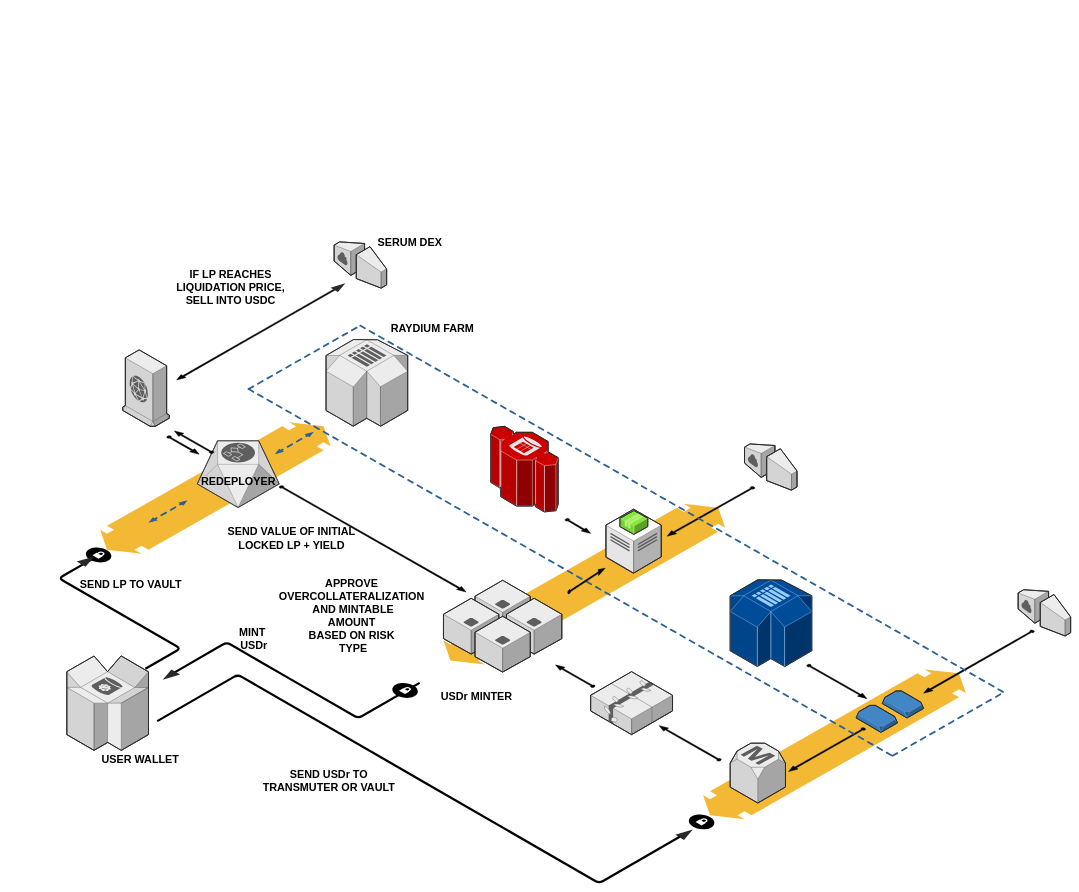
The draw.io diagram Untitled Diagram.drawio in RatioFinance/Documentation, before the edit. Source tidied: cells renumbered, new cells numbered last; positions are measured from the earlier drawing's top-left corner, leaving out a move shared by most shapes. Both pictures are drawn from the tidied source at 45%, with x=0, y=0 at pixel (67, 234).
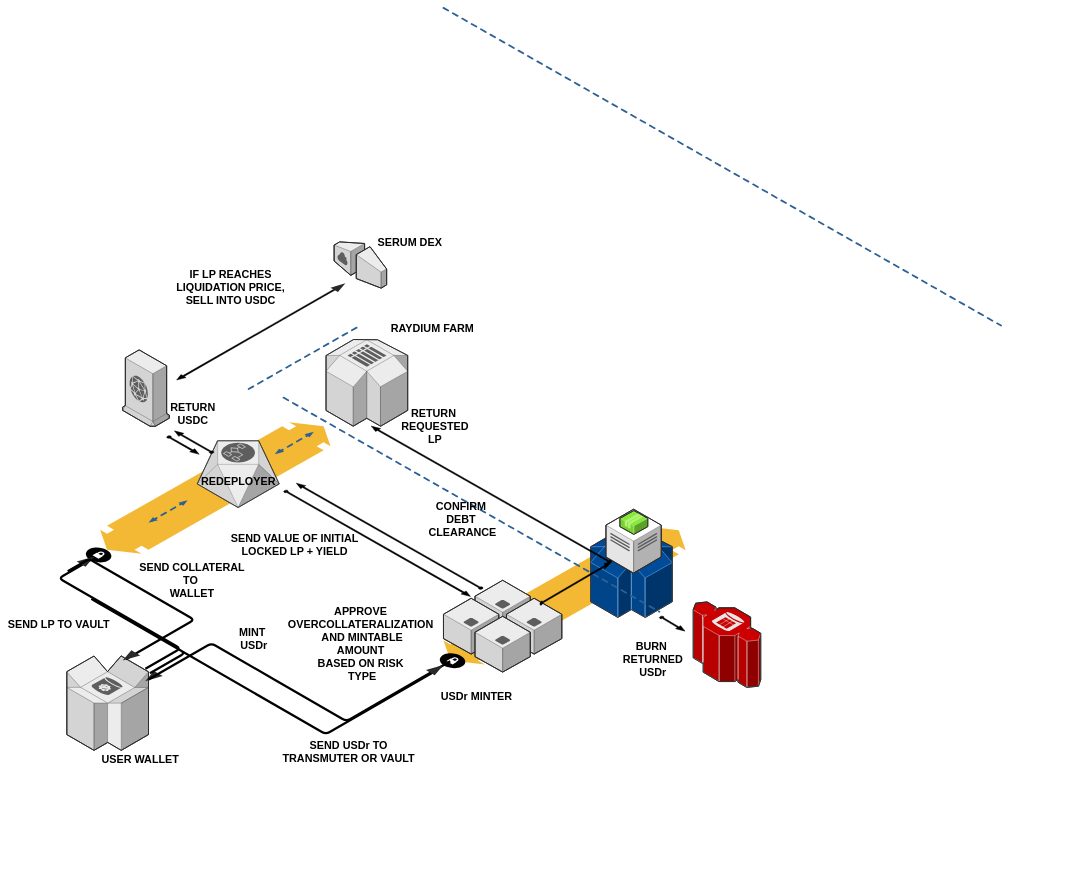
Above is the later version.

Commit message:
RATIO FINANCE

The change refers to these unchanged cells:
```xml
<mxCell id="5" style="verticalLabelPosition=bottom;html=1;verticalAlign=top;strokeWidth=1;dashed=0;shape=mxgraph.aws3d.dynamoDb;fillColor=#ECECEC;strokeColor=#5E5E5E;rounded=1;shadow=0;comic=0;fontSize=12;" parent="1" vertex="1">
  <mxGeometry y="938" width="181.5" height="210" as="geometry" />
</mxCell>
```

Diff of the diagram source:
```diff
@@
-    <mxCell id="2" style="verticalLabelPosition=bottom;html=1;verticalAlign=top;strokeWidth=1;dashed=0;shape=mxgraph.aws3d.flatDoubleEdge;fillColor=#000000;rounded=1;shadow=0;comic=0;fontFamily=Verdana;fontSize=12;flipV=1;" parent="1" vertex="1">
-      <mxGeometry x="1414" y="968" width="584" height="333" as="geometry" />
-    </mxCell>
     <mxCell id="3" style="verticalLabelPosition=bottom;html=1;verticalAlign=top;strokeWidth=1;dashed=0;shape=mxgraph.aws3d.flatDoubleEdge;fillColor=#000000;rounded=1;shadow=0;comic=0;fontFamily=Verdana;fontSize=12;flipV=1;" parent="1" vertex="1">
-      <mxGeometry x="837" y="600" width="626" height="357" as="geometry" />
+      <mxGeometry x="837" y="650" width="538.3" height="307" as="geometry" />
     </mxCell>
@@
-    <mxCell id="6" style="edgeStyle=isometricEdgeStyle;endArrow=none;html=1;labelBackgroundColor=none;strokeColor=#000000;strokeWidth=5;fontFamily=Verdana;fontSize=12;" parent="1" edge="1">
-      <mxGeometry relative="1" as="geometry">
-        <mxPoint x="234" y="978" as="sourcePoint" />
-        <mxPoint x="784" y="998" as="targetPoint" />
-        <Array as="points">
-          <mxPoint x="494" y="988" />
-        </Array>
-      </mxGeometry>
-    </mxCell>
@@
-    <mxCell id="10" style="verticalLabelPosition=bottom;html=1;verticalAlign=top;strokeWidth=1;dashed=0;shape=mxgraph.aws3d.internetGateway;fillColor=#ECECEC;strokeColor=#5E5E5E;rounded=1;shadow=0;comic=0;fontSize=12;flipH=1;flipV=0;" parent="1" vertex="1">
-      <mxGeometry x="1506" y="467" width="116.7" height="102.8" as="geometry" />
-    </mxCell>
-    <mxCell id="11" style="verticalLabelPosition=bottom;html=1;verticalAlign=top;strokeWidth=1;dashed=0;shape=mxgraph.aws3d.internetGateway;fillColor=#ECECEC;strokeColor=#5E5E5E;rounded=1;shadow=0;comic=0;fontSize=12;flipH=1;flipV=0;" parent="1" vertex="1">
-      <mxGeometry x="2114" y="791" width="116.7" height="102.8" as="geometry" />
-    </mxCell>
     <mxCell id="12" style="verticalLabelPosition=bottom;html=1;verticalAlign=top;strokeWidth=1;dashed=0;shape=mxgraph.aws3d.redshift;fillColor=#CC0000;strokeColor=#E6E6E6;rounded=1;shadow=0;comic=0;fontSize=12;" parent="1" vertex="1">
-      <mxGeometry x="942" y="428" width="150" height="190" as="geometry" />
+      <mxGeometry x="1392" y="818" width="150" height="190" as="geometry" />
     </mxCell>
@@
-    <mxCell id="14" style="verticalLabelPosition=bottom;html=1;verticalAlign=top;strokeWidth=1;dashed=0;shape=mxgraph.aws3d.snapshot;fillColor=#4286c5;strokeColor=#57A2D8;rounded=1;shadow=0;comic=0;fontSize=12;" parent="1" vertex="1">
-      <mxGeometry x="1812" y="1016" width="92" height="60" as="geometry" />
-    </mxCell>
@@
-    <mxCell id="19" style="verticalLabelPosition=bottom;html=1;verticalAlign=top;strokeWidth=1;dashed=0;shape=mxgraph.aws3d.elasticBeanstalk;fillColor=#ECECEC;strokeColor=#5E5E5E;rounded=1;shadow=0;comic=0;fontSize=12;" parent="1" vertex="1">
-      <mxGeometry x="1164" y="973" width="182" height="140" as="geometry" />
-    </mxCell>
     <mxCell id="20" style="verticalLabelPosition=bottom;html=1;verticalAlign=top;strokeWidth=1;dashed=0;shape=mxgraph.aws3d.simpleDb2;fillColor=#004C99;strokeColor=#99CCFF;rounded=1;shadow=0;comic=0;fontSize=12;" parent="1" vertex="1">
-      <mxGeometry x="1474" y="769" width="181.5" height="192.6" as="geometry" />
+      <mxGeometry x="1164" y="660" width="181.5" height="192.6" as="geometry" />
     </mxCell>
@@
     <mxCell id="23" style="verticalLabelPosition=bottom;html=1;verticalAlign=top;strokeWidth=1;dashed=0;shape=mxgraph.aws3d.arrowhead;rounded=1;shadow=0;comic=0;fillColor=none;fontFamily=Verdana;fontSize=12;fontColor=#000000;flipV=1;" parent="1" vertex="1">
-      <mxGeometry x="213" y="968" width="39" height="23" as="geometry" />
+      <mxGeometry x="174" y="971.5" width="39" height="23" as="geometry" />
     </mxCell>
@@
-    <mxCell id="27" style="verticalLabelPosition=bottom;html=1;verticalAlign=top;strokeWidth=1;dashed=0;shape=mxgraph.aws3d.arrowSE;fillColor=#000000;rounded=1;shadow=0;comic=0;fontFamily=Verdana;fontSize=12;rotation=-180;" parent="1" vertex="1">
-      <mxGeometry x="1316.3" y="1093" width="138.2" height="78.5" as="geometry" />
-    </mxCell>
@@
     <mxCell id="29" style="verticalLabelPosition=bottom;html=1;verticalAlign=top;strokeWidth=1;dashed=0;shape=mxgraph.aws3d.arrowSE;fillColor=#000000;rounded=1;shadow=0;comic=0;fontFamily=Verdana;fontSize=12;" parent="1" vertex="1">
-      <mxGeometry x="1107" y="633" width="57" height="33" as="geometry" />
+      <mxGeometry x="1316.8" y="850" width="57" height="33" as="geometry" />
     </mxCell>
-    <mxCell id="30" style="verticalLabelPosition=bottom;html=1;verticalAlign=top;strokeWidth=1;dashed=0;shape=mxgraph.aws3d.arrowSW;fillColor=#000000;rounded=1;shadow=0;comic=0;fontFamily=Verdana;fontSize=12;" parent="1" vertex="1">
-      <mxGeometry x="1334" y="562" width="195" height="110" as="geometry" />
-    </mxCell>
-    <mxCell id="31" style="verticalLabelPosition=bottom;html=1;verticalAlign=top;strokeWidth=1;dashed=0;shape=mxgraph.aws3d.snapshot;fillColor=#4286c5;strokeColor=#57A2D8;rounded=1;shadow=0;comic=0;fontFamily=Verdana;fontSize=12;" parent="1" vertex="1">
-      <mxGeometry x="1754" y="1048" width="92" height="60" as="geometry" />
-    </mxCell>
-    <mxCell id="32" style="verticalLabelPosition=bottom;html=1;verticalAlign=top;strokeWidth=1;dashed=0;shape=mxgraph.aws3d.rdsMaster;fillColor=#ECECEC;strokeColor=#5E5E5E;rounded=1;shadow=0;comic=0;fontFamily=Verdana;fontSize=12;" parent="1" vertex="1">
-      <mxGeometry x="1474" y="1132" width="123" height="133" as="geometry" />
-    </mxCell>
-    <mxCell id="33" style="verticalLabelPosition=bottom;html=1;verticalAlign=top;strokeWidth=1;dashed=0;shape=mxgraph.aws3d.arrowSW;fillColor=#000000;rounded=1;shadow=0;comic=0;fontFamily=Verdana;fontSize=12;" parent="1" vertex="1">
-      <mxGeometry x="1604" y="1098" width="171" height="97" as="geometry" />
-    </mxCell>
-    <mxCell id="34" style="verticalLabelPosition=bottom;html=1;verticalAlign=top;strokeWidth=1;dashed=0;shape=mxgraph.aws3d.arrowSE;fillColor=#000000;rounded=1;shadow=0;comic=0;fontFamily=Verdana;fontSize=12;" parent="1" vertex="1">
-      <mxGeometry x="1644" y="957" width="134" height="76" as="geometry" />
-    </mxCell>
-    <mxCell id="35" style="verticalLabelPosition=bottom;html=1;verticalAlign=top;strokeWidth=1;dashed=0;shape=mxgraph.aws3d.arrowSW;fillColor=#000000;rounded=1;shadow=0;comic=0;fontFamily=Verdana;fontSize=12;" parent="1" vertex="1">
-      <mxGeometry x="1904" y="881" width="246" height="140" as="geometry" />
-    </mxCell>
     <mxCell id="36" style="verticalLabelPosition=bottom;html=1;verticalAlign=top;strokeWidth=1;dashed=0;shape=mxgraph.aws3d.dashedArrowlessEdge;rounded=1;shadow=0;comic=0;fontFamily=Verdana;fontSize=12;" parent="1" vertex="1">
-      <mxGeometry x="652" y="204" width="1432" height="816" as="geometry" />
+      <mxGeometry x="837" y="-502" width="1239" height="706" as="geometry" />
     </mxCell>
     <mxCell id="37" style="verticalLabelPosition=bottom;html=1;verticalAlign=top;strokeWidth=1;dashed=0;shape=mxgraph.aws3d.dashedArrowlessEdge;rounded=1;shadow=0;comic=0;fontFamily=Verdana;fontSize=12;" parent="1" vertex="1">
-      <mxGeometry x="404" y="345" width="1432" height="816" as="geometry" />
+      <mxGeometry x="481.5" y="364" width="835.3" height="476" as="geometry" />
     </mxCell>
@@
-    <mxCell id="39" style="verticalLabelPosition=bottom;html=1;verticalAlign=top;strokeWidth=1;dashed=0;shape=mxgraph.aws3d.dashedArrowlessEdge;rounded=1;shadow=0;comic=0;fontFamily=Verdana;fontSize=12;flipV=1;" parent="1" vertex="1">
-      <mxGeometry x="1835" y="1018" width="249" height="142" as="geometry" />
-    </mxCell>
     <mxCell id="40" style="verticalLabelPosition=bottom;html=1;verticalAlign=top;strokeWidth=1;dashed=0;shape=mxgraph.aws3d.secureConnection;fillColor=#000000;strokeColor=#ffffff;rounded=1;shadow=0;comic=0;fontSize=12;" parent="1" vertex="1">
-      <mxGeometry x="723" y="998" width="57" height="34" as="geometry" />
+      <mxGeometry x="828.5" y="932" width="57" height="34" as="geometry" />
     </mxCell>
-    <mxCell id="41" style="verticalLabelPosition=bottom;html=1;verticalAlign=top;strokeWidth=1;dashed=0;shape=mxgraph.aws3d.secureConnection;fillColor=#000000;strokeColor=#ffffff;rounded=1;shadow=0;comic=0;fontSize=12;" parent="1" vertex="1">
-      <mxGeometry x="1382" y="1290" width="57" height="34" as="geometry" />
-    </mxCell>
@@
-    <mxCell id="46" style="verticalLabelPosition=bottom;html=1;verticalAlign=top;strokeWidth=1;dashed=0;shape=mxgraph.aws3d.arrowSE;fillColor=#000000;rounded=1;shadow=0;comic=0;fontFamily=Verdana;fontSize=12;" parent="1" vertex="1">
-      <mxGeometry x="472" y="560" width="415" height="236" as="geometry" />
+    <mxCell id="46" style="verticalLabelPosition=bottom;html=1;verticalAlign=top;strokeWidth=1;dashed=0;shape=mxgraph.aws3d.arrowSE;fillColor=#000000;rounded=1;shadow=0;comic=0;fontFamily=Verdana;fontSize=12;rotation=-60;" parent="1" vertex="1">
+      <mxGeometry x="1049.3" y="731" width="161.4" height="91.8" as="geometry" />
     </mxCell>
     <mxCell id="47" value="SEND VALUE OF INITIAL&lt;br&gt;LOCKED LP + YIELD" style="text;strokeColor=none;fillColor=none;html=1;fontSize=24;fontStyle=1;verticalAlign=middle;align=center;" parent="1" vertex="1">
-      <mxGeometry x="449" y="657" width="100" height="40" as="geometry" />
+      <mxGeometry x="455.5" y="672" width="100" height="40" as="geometry" />
     </mxCell>
     <mxCell id="48" value="APPROVE&amp;nbsp;&lt;br&gt;OVERCOLLATERALIZATION&amp;nbsp;&lt;br&gt;AND MINTABLE&lt;br&gt;AMOUNT&amp;nbsp;&lt;br&gt;BASED ON RISK&amp;nbsp;&lt;br&gt;TYPE" style="text;strokeColor=none;fillColor=none;html=1;fontSize=24;fontStyle=1;verticalAlign=middle;align=center;" parent="1" vertex="1">
-      <mxGeometry x="586" y="830" width="100" height="40" as="geometry" />
+      <mxGeometry x="606" y="892" width="100" height="40" as="geometry" />
     </mxCell>
     <mxCell id="49" value="SEND LP TO VAULT" style="text;strokeColor=none;fillColor=none;html=1;fontSize=24;fontStyle=1;verticalAlign=middle;align=center;" parent="1" vertex="1">
-      <mxGeometry x="92" y="759" width="100" height="40" as="geometry" />
+      <mxGeometry x="-68" y="848" width="100" height="40" as="geometry" />
     </mxCell>
@@
-    <mxCell id="57" style="verticalLabelPosition=bottom;html=1;verticalAlign=top;strokeWidth=1;dashed=0;shape=mxgraph.aws3d.arrowhead;rounded=1;shadow=0;comic=0;fillColor=none;fontFamily=Verdana;fontSize=12;fontColor=#000000;flipV=1;rotation=-180;" parent="1" vertex="1">
-      <mxGeometry x="1352" y="1324" width="39" height="23" as="geometry" />
-    </mxCell>
-    <mxCell id="58" style="edgeStyle=isometricEdgeStyle;endArrow=none;html=1;labelBackgroundColor=none;strokeWidth=5;fontFamily=Verdana;fontSize=12;" parent="1" edge="1">
+    <mxCell id="58" style="edgeStyle=isometricEdgeStyle;endArrow=none;html=1;labelBackgroundColor=none;strokeWidth=5;fontFamily=Verdana;fontSize=12;" parent="1" edge="1" source="5">
       <mxGeometry relative="1" as="geometry">
-        <mxPoint x="201" y="1083" as="sourcePoint" />
-        <mxPoint x="1362" y="1340" as="targetPoint" />
+        <mxPoint x="852" y="950" as="targetPoint" />
       </mxGeometry>
     </mxCell>
     <mxCell id="59" value="SEND USDr TO &lt;br&gt;TRANSMUTER OR VAULT" style="text;strokeColor=none;fillColor=none;html=1;fontSize=24;fontStyle=1;verticalAlign=middle;align=center;" parent="1" vertex="1">
-      <mxGeometry x="532" y="1195" width="100" height="40" as="geometry" />
+      <mxGeometry x="576" y="1131" width="100" height="40" as="geometry" />
     </mxCell>
@@
-    <mxCell id="61" style="verticalLabelPosition=bottom;html=1;verticalAlign=top;strokeWidth=1;dashed=0;shape=mxgraph.aws3d.arrowSE;fillColor=#000000;rounded=1;shadow=0;comic=0;fontFamily=Verdana;fontSize=12;rotation=-63;" parent="1" vertex="1">
-      <mxGeometry x="1110" y="746" width="88" height="50" as="geometry" />
-    </mxCell>
-    <mxCell id="62" style="verticalLabelPosition=bottom;html=1;verticalAlign=top;strokeWidth=1;dashed=0;shape=mxgraph.aws3d.arrowSE;fillColor=#000000;rounded=1;shadow=0;comic=0;fontFamily=Verdana;fontSize=12;rotation=-180;" parent="1" vertex="1">
-      <mxGeometry x="1086" y="958" width="88" height="50" as="geometry" />
-    </mxCell>
+    <mxCell id="63" style="verticalLabelPosition=bottom;html=1;verticalAlign=top;strokeWidth=1;dashed=0;shape=mxgraph.aws3d.arrowSE;fillColor=#000000;rounded=1;shadow=0;comic=0;fontFamily=Verdana;fontSize=12;" parent="1" vertex="1">
+      <mxGeometry x="482" y="570" width="415" height="236" as="geometry" />
+    </mxCell>
+    <mxCell id="64" value="RETURN&amp;nbsp;&lt;br&gt;USDC&amp;nbsp;" style="text;strokeColor=none;fillColor=none;html=1;fontSize=24;fontStyle=1;verticalAlign=middle;align=center;" parent="1" vertex="1">
+      <mxGeometry x="233" y="380" width="100" height="40" as="geometry" />
+    </mxCell>
+    <mxCell id="65" style="verticalLabelPosition=bottom;html=1;verticalAlign=top;strokeWidth=1;dashed=0;shape=mxgraph.aws3d.arrowSE;fillColor=#000000;rounded=1;shadow=0;comic=0;fontFamily=Verdana;fontSize=12;rotation=-180;" parent="1" vertex="1">
+      <mxGeometry x="510" y="554.2" width="415" height="235.8" as="geometry" />
+    </mxCell>
+    <mxCell id="66" value="CONFIRM&amp;nbsp;&lt;br&gt;DEBT&amp;nbsp;&lt;br&gt;CLEARANCE" style="text;strokeColor=none;fillColor=none;html=1;fontSize=24;fontStyle=1;verticalAlign=middle;align=center;" parent="1" vertex="1">
+      <mxGeometry x="828.5" y="615" width="100" height="40" as="geometry" />
+    </mxCell>
+    <mxCell id="67" style="edgeStyle=isometricEdgeStyle;endArrow=none;html=1;labelBackgroundColor=none;strokeColor=#000000;strokeWidth=5;fontFamily=Verdana;fontSize=12;exitX=0.723;exitY=0.036;exitDx=0;exitDy=0;exitPerimeter=0;" parent="1" edge="1" source="5">
+      <mxGeometry relative="1" as="geometry">
+        <mxPoint x="2" y="750" as="targetPoint" />
+        <Array as="points">
+          <mxPoint x="62" y="730" />
+          <mxPoint x="2" y="820" />
+          <mxPoint x="-48" y="790" />
+          <mxPoint x="-138" y="740" />
+        </Array>
+      </mxGeometry>
+    </mxCell>
+    <mxCell id="68" style="verticalLabelPosition=bottom;html=1;verticalAlign=top;strokeWidth=1;dashed=0;shape=mxgraph.aws3d.arrowhead;rounded=1;shadow=0;comic=0;fillColor=none;fontFamily=Verdana;fontSize=12;fontColor=#000000;flipV=1;" parent="1" vertex="1">
+      <mxGeometry x="124" y="925.5" width="39" height="23" as="geometry" />
+    </mxCell>
+    <mxCell id="69" value="SEND COLLATERAL&lt;br&gt;TO&amp;nbsp;&lt;br&gt;WALLET" style="text;strokeColor=none;fillColor=none;html=1;fontSize=24;fontStyle=1;verticalAlign=middle;align=center;" parent="1" vertex="1">
+      <mxGeometry x="227.8" y="750" width="100" height="40" as="geometry" />
+    </mxCell>
+    <mxCell id="70" style="edgeStyle=isometricEdgeStyle;endArrow=none;html=1;labelBackgroundColor=none;strokeWidth=5;fontFamily=Verdana;fontSize=12;entryX=0.962;entryY=0.137;entryDx=0;entryDy=0;entryPerimeter=0;" parent="1" edge="1">
+      <mxGeometry relative="1" as="geometry">
+        <mxPoint x="822" y="970" as="sourcePoint" />
+        <mxPoint x="184.6" y="976.8" as="targetPoint" />
+        <Array as="points">
+          <mxPoint x="52" y="810" />
+          <mxPoint x="292" y="920" />
+          <mxPoint x="482" y="1017.9" />
+        </Array>
+      </mxGeometry>
+    </mxCell>
+    <mxCell id="71" style="verticalLabelPosition=bottom;html=1;verticalAlign=top;strokeWidth=1;dashed=0;shape=mxgraph.aws3d.arrowhead;rounded=1;shadow=0;comic=0;fillColor=none;fontFamily=Verdana;fontSize=12;fontColor=#000000;flipV=1;rotation=-180;" parent="1" vertex="1">
+      <mxGeometry x="798" y="958" width="39" height="23" as="geometry" />
+    </mxCell>
+    <mxCell id="72" style="verticalLabelPosition=bottom;html=1;verticalAlign=top;strokeWidth=1;dashed=0;shape=mxgraph.aws3d.arrowSE;fillColor=#000000;rounded=1;shadow=0;comic=0;fontFamily=Verdana;fontSize=12;rotation=-180;" parent="1" vertex="1">
+      <mxGeometry x="676.4" y="427.4" width="534.3" height="303.6" as="geometry" />
+    </mxCell>
+    <mxCell id="73" value="BURN&amp;nbsp;&lt;br&gt;RETURNED&lt;br&gt;&amp;nbsp;USDr&amp;nbsp;" style="text;strokeColor=none;fillColor=none;html=1;fontSize=24;fontStyle=1;verticalAlign=middle;align=center;" parent="1" vertex="1">
+      <mxGeometry x="1252" y="925.5" width="100" height="40" as="geometry" />
+    </mxCell>
+    <mxCell id="74" value="RETURN&amp;nbsp;&lt;br&gt;REQUESTED&lt;br&gt;LP" style="text;strokeColor=none;fillColor=none;html=1;fontSize=24;fontStyle=1;verticalAlign=middle;align=center;" parent="1" vertex="1">
+      <mxGeometry x="767.5" y="409.1" width="100" height="40" as="geometry" />
+    </mxCell>
```
